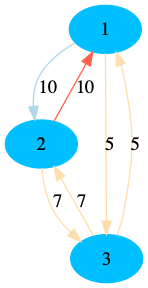
The Graphviz diagram run/output/graph052.gv.png in CarlosMatheus/Distributed-Minimum-Spanning-Tree, before a commit. Its source is kept beside it as run/output/graph052.gv. Source of this version:
```dot
digraph "output/graph052" {
	1 [color=deepskyblue1 style=filled]
	2 [color=deepskyblue1 style=filled]
	3 [color=deepskyblue1 style=filled]
	1 -> 2 [label=10 color=lightblue]
	2 -> 1 [label=10 color=tomato]
	2 -> 3 [label=7 color=navajowhite]
	3 -> 2 [label=7 color=navajowhite]
	1 -> 3 [label=5 color=navajowhite]
	3 -> 1 [label=5 color=navajowhite]
}
```
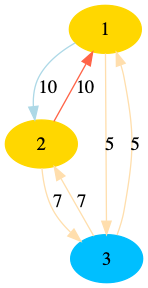
After the commit.

Diff of the diagram source:
```diff
@@ -1,6 +1,6 @@
 digraph "output/graph052" {
-	1 [color=deepskyblue1 style=filled]
-	2 [color=deepskyblue1 style=filled]
+	1 [color=gold1 style=filled]
+	2 [color=gold1 style=filled]
 	3 [color=deepskyblue1 style=filled]
 	1 -> 2 [label=10 color=lightblue]
 	2 -> 1 [label=10 color=tomato]
```
